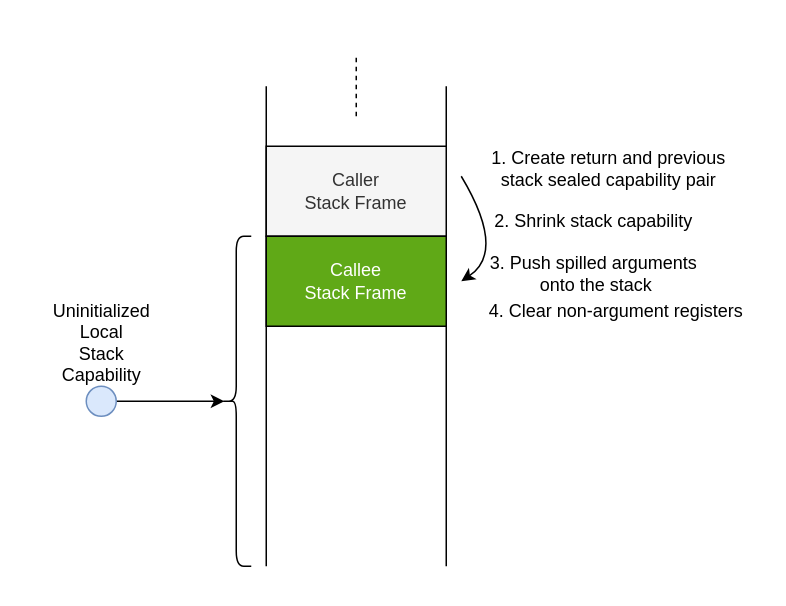
Before: drawio/secure-cc-explanation-2.drawio in capt-hb/thesis, a draw.io diagram. Source tidied: cells renumbered, new cells numbered last; positions are measured from the earlier drawing's top-left corner, leaving out a move shared by most shapes. Both pictures are drawn from the tidied source at 150%, with x=0, y=0 at pixel (26, 26).
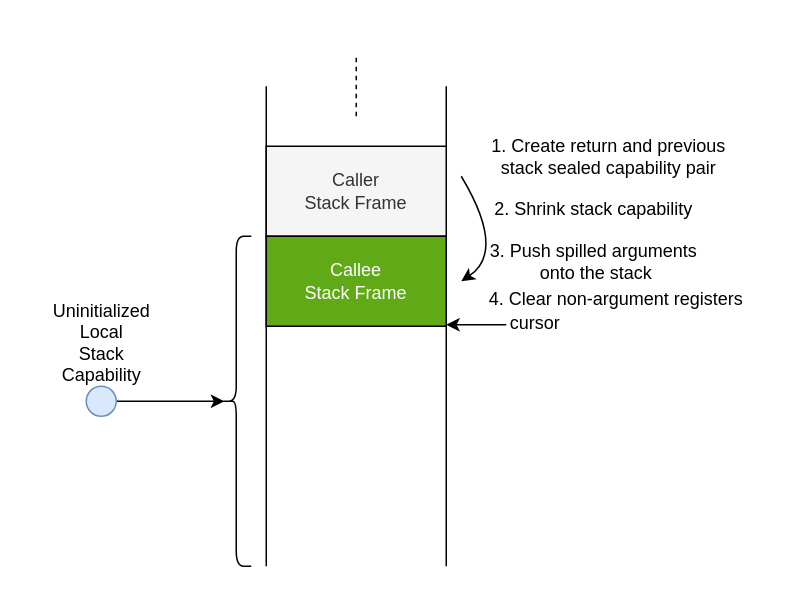
Above is the later version.

What changed in the source:
```diff
@@
     <mxCell id="13" value="1. Create return and previous &lt;br&gt;stack sealed capability pair" style="text;html=1;align=center;verticalAlign=middle;" parent="1" vertex="1">
-      <mxGeometry x="303" y="80" width="170" height="30" as="geometry" />
+      <mxGeometry x="303" y="72" width="170" height="30" as="geometry" />
     </mxCell>
     <mxCell id="14" value="2. Shrink stack capability" style="text;html=1;align=center;verticalAlign=middle;" parent="1" vertex="1">
-      <mxGeometry x="303" y="120" width="150" height="20" as="geometry" />
+      <mxGeometry x="303" y="112" width="150" height="20" as="geometry" />
     </mxCell>
     <mxCell id="15" value="3. Push spilled arguments&lt;br&gt;&amp;nbsp;onto the stack" style="text;html=1;align=center;verticalAlign=middle;" parent="1" vertex="1">
-      <mxGeometry x="303" y="150" width="150" height="30" as="geometry" />
+      <mxGeometry x="303" y="142" width="150" height="30" as="geometry" />
     </mxCell>
     <mxCell id="16" value="4. Clear non-argument registers" style="text;html=1;align=center;verticalAlign=middle;" parent="1" vertex="1">
-      <mxGeometry x="303" y="180" width="180" height="20" as="geometry" />
+      <mxGeometry x="303" y="172" width="180" height="20" as="geometry" />
     </mxCell>
+    <mxCell id="17" style="endArrow=classic;html=1;fontSize=12;" parent="1" edge="1">
+      <mxGeometry relative="1" as="geometry">
+        <mxPoint x="320" y="199" as="sourcePoint" />
+        <mxPoint x="280" y="199" as="targetPoint" />
+      </mxGeometry>
+    </mxCell>
+    <mxCell id="18" value="cursor" style="edgeLabel;html=1;align=center;verticalAlign=middle;fontSize=12;" parent="17" vertex="1">
+      <mxGeometry x="-1" y="-6" relative="1" as="geometry">
+        <mxPoint x="18" y="4" as="offset" />
+      </mxGeometry>
+    </mxCell>
```
